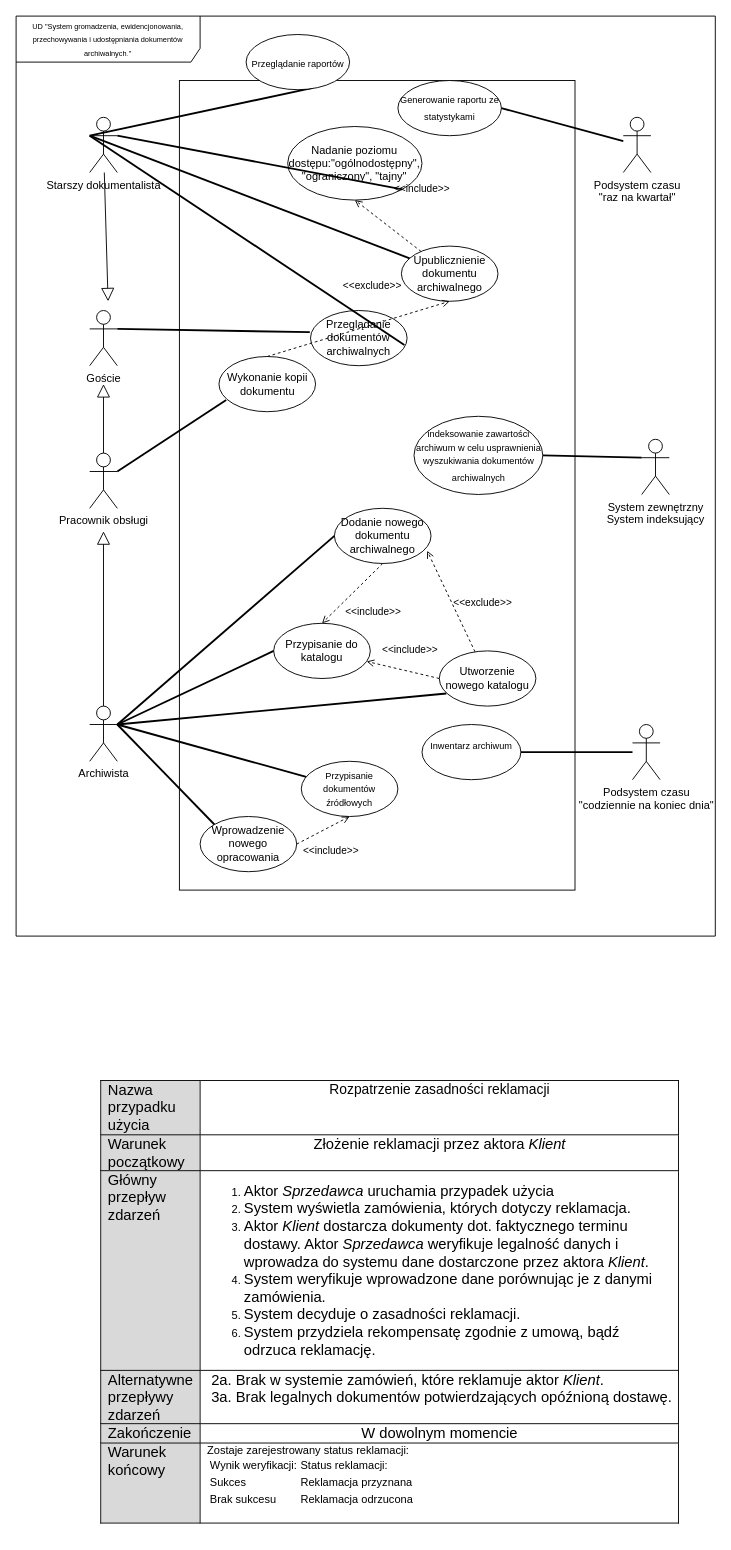
Earlier version of the draw.io diagram pri_diagram_uzycia_2024.drawio (mateusz-nowacki/uml-projects). Source tidied: cells renumbered, new cells numbered last; positions are measured from the earlier drawing's top-left corner, leaving out a move shared by most shapes. Both pictures are drawn from the tidied source at 92%, with x=0, y=0 at pixel (16, 16).
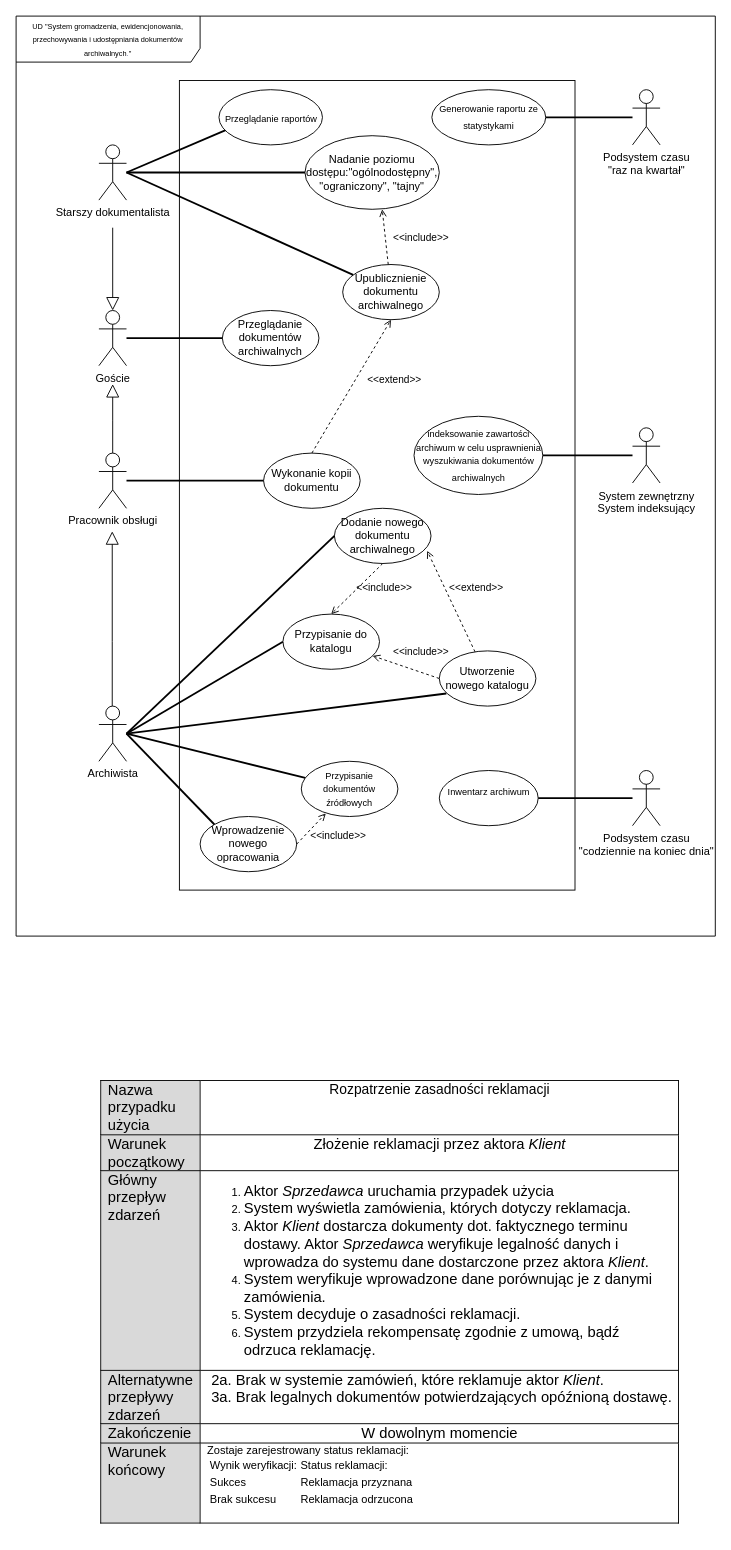
The same page after the edit.

Unchanged cells that the change refers to:
```xml
<mxCell id="2" value="&lt;font style=&quot;font-size: 8px;&quot;&gt;UD &quot;System&amp;nbsp;&lt;span style=&quot;caret-color: rgb(100, 108, 154); font-family: Poppins, sans-serif; background-color: rgb(255, 255, 255);&quot;&gt;gromadzenia, ewidencjonowania, przechowywania i udostępniania dokumentów archiwalnych&lt;/span&gt;&lt;span style=&quot;caret-color: rgb(100, 108, 154); color: rgb(100, 108, 154); font-family: Poppins, sans-serif; background-color: rgb(255, 255, 255);&quot;&gt;.&lt;/span&gt;&quot;&lt;/font&gt;" style="shape=umlFrame;whiteSpace=wrap;html=1;width=200;height=50;align=center;" parent="1" vertex="1">
  <mxGeometry width="760" height="1000" as="geometry" />
</mxCell>
<mxCell id="16" value="Utworzenie nowego katalogu" style="ellipse;whiteSpace=wrap;html=1;" parent="2" vertex="1">
  <mxGeometry x="460" y="690" width="105" height="60" as="geometry" />
</mxCell>
<mxCell id="19" value="Wprowadzenie nowego opracowania" style="ellipse;whiteSpace=wrap;html=1;" parent="2" vertex="1">
  <mxGeometry x="200" y="870" width="105" height="60" as="geometry" />
</mxCell>
<mxCell id="20" value="Dodanie nowego dokumentu archiwalnego" style="ellipse;whiteSpace=wrap;html=1;" parent="2" vertex="1">
  <mxGeometry x="346" y="535" width="105" height="60" as="geometry" />
</mxCell>
<mxCell id="21" value="&lt;span style=&quot;text-align: start;&quot;&gt;&lt;font style=&quot;font-size: 10px;&quot; face=&quot;Helvetica&quot;&gt;indeksowanie zawartości archiwum w celu usprawnienia wyszukiwania dokumentów archiwalnych&lt;/font&gt;&lt;/span&gt;&lt;span style=&quot;font-family: -webkit-standard; font-size: medium; text-align: start;&quot;&gt;&lt;/span&gt;" style="ellipse;whiteSpace=wrap;html=1;" parent="2" vertex="1">
  <mxGeometry x="432.5" y="435" width="140" height="85" as="geometry" />
</mxCell>
<mxCell id="23" value="&lt;font style=&quot;font-size: 10px;&quot;&gt;Przypisanie dokumentów źródłowych&lt;/font&gt;" style="ellipse;whiteSpace=wrap;html=1;" parent="2" vertex="1">
  <mxGeometry x="310" y="810" width="105" height="60" as="geometry" />
</mxCell>
```

What changed in the source:
```diff
@@
     <mxCell id="3" value="Starszy dokumentalista" style="shape=umlActor;verticalLabelPosition=bottom;verticalAlign=top;html=1;" parent="2" vertex="1">
-      <mxGeometry x="80" y="110" width="30" height="60" as="geometry" />
+      <mxGeometry x="90" y="140" width="30" height="60" as="geometry" />
     </mxCell>
     <mxCell id="4" value="Archiwista" style="shape=umlActor;verticalLabelPosition=bottom;verticalAlign=top;html=1;" parent="2" vertex="1">
-      <mxGeometry x="80" y="750" width="30" height="60" as="geometry" />
+      <mxGeometry x="90" y="750" width="30" height="60" as="geometry" />
     </mxCell>
     <mxCell id="5" value="System zewnętrzny&lt;br&gt;System indeksujący" style="shape=umlActor;verticalLabelPosition=bottom;verticalAlign=top;html=1;" parent="2" vertex="1">
-      <mxGeometry x="680" y="460" width="30" height="60" as="geometry" />
+      <mxGeometry x="670" y="447.5" width="30" height="60" as="geometry" />
     </mxCell>
     <mxCell id="6" value="&lt;font style=&quot;font-size: 12px;&quot;&gt;Podsystem&lt;font style=&quot;font-size: 12px;&quot;&gt; czasu&lt;/font&gt;&lt;/font&gt;&lt;div&gt;&lt;font style=&quot;font-size: 12px;&quot;&gt;&lt;font style=&quot;font-size: 12px;&quot;&gt;&quot;codziennie na koniec dnia&quot;&lt;/font&gt;&lt;/font&gt;&lt;/div&gt;" style="shape=umlActor;verticalLabelPosition=bottom;verticalAlign=top;html=1;" parent="2" vertex="1">
-      <mxGeometry x="670" y="770" width="30" height="60" as="geometry" />
+      <mxGeometry x="670" y="820" width="30" height="60" as="geometry" />
     </mxCell>
     <mxCell id="7" value="Pracownik obsługi" style="shape=umlActor;verticalLabelPosition=bottom;verticalAlign=top;html=1;" parent="2" vertex="1">
-      <mxGeometry x="80" y="475" width="30" height="60" as="geometry" />
+      <mxGeometry x="90" y="475" width="30" height="60" as="geometry" />
     </mxCell>
     <mxCell id="8" value="Goście" style="shape=umlActor;verticalLabelPosition=bottom;verticalAlign=top;html=1;" parent="2" vertex="1">
-      <mxGeometry x="80" y="320" width="30" height="60" as="geometry" />
+      <mxGeometry x="90" y="320" width="30" height="60" as="geometry" />
     </mxCell>
-    <mxCell id="9" style="endArrow=block;endFill=0;endSize=12;html=1;rounded=0;" parent="2" edge="1" source="4">
+    <mxCell id="9" style="endArrow=block;endFill=0;endSize=12;html=1;rounded=0;" parent="2" edge="1">
       <mxGeometry relative="1" as="geometry">
-        <mxPoint x="95" y="560" as="targetPoint" />
+        <mxPoint x="104.5" y="750" as="sourcePoint" />
+        <mxPoint x="104.5" y="560" as="targetPoint" />
+        <Array as="points">
+          <mxPoint x="104.5" y="680" />
+        </Array>
       </mxGeometry>
     </mxCell>
@@
     <mxCell id="11" value="&lt;font size=&quot;1&quot;&gt;Inwentarz archiwum&lt;/font&gt;&lt;br&gt;&lt;br&gt;&lt;span style=&quot;font-family: -webkit-standard; font-size: medium; text-align: start;&quot;&gt;&lt;/span&gt;" style="ellipse;whiteSpace=wrap;html=1;" parent="2" vertex="1">
-      <mxGeometry x="441.2" y="770" width="107.5" height="60" as="geometry" />
+      <mxGeometry x="460" y="820" width="107.5" height="60" as="geometry" />
     </mxCell>
@@
     <mxCell id="13" value="Przypisanie do katalogu" style="ellipse;whiteSpace=wrap;html=1;" parent="2" vertex="1">
-      <mxGeometry x="280" y="660" width="105" height="60" as="geometry" />
+      <mxGeometry x="290" y="650" width="105" height="60" as="geometry" />
     </mxCell>
     <mxCell id="14" value="Wykonanie kopii dokumentu" style="ellipse;whiteSpace=wrap;html=1;" parent="2" vertex="1">
-      <mxGeometry x="220.5" y="370" width="105" height="60" as="geometry" />
+      <mxGeometry x="269" y="475" width="105" height="60" as="geometry" />
     </mxCell>
     <mxCell id="15" value="Upublicznienie dokumentu archiwalnego" style="ellipse;whiteSpace=wrap;html=1;" parent="2" vertex="1">
-      <mxGeometry x="418.8" y="250" width="105" height="60" as="geometry" />
+      <mxGeometry x="355" y="270" width="105" height="60" as="geometry" />
     </mxCell>
@@
     <mxCell id="17" style="endArrow=none;startArrow=none;endFill=0;startFill=0;endSize=8;html=1;verticalAlign=bottom;labelBackgroundColor=none;strokeWidth=2;rounded=0;entryX=0.073;entryY=0.772;entryDx=0;entryDy=0;entryPerimeter=0;" parent="2" edge="1" target="16">
       <mxGeometry relative="1" as="geometry">
-        <mxPoint x="110" y="770" as="sourcePoint" />
+        <mxPoint x="120" y="780" as="sourcePoint" />
       </mxGeometry>
     </mxCell>
     <mxCell id="18" value="Nadanie poziomu dostępu:&quot;ogólnodostępny&quot;, &quot;ograniczony&quot;, &quot;tajny&quot;" style="ellipse;whiteSpace=wrap;html=1;" parent="2" vertex="1">
-      <mxGeometry x="295.2" y="120" width="146" height="80" as="geometry" />
+      <mxGeometry x="314" y="130" width="146" height="80" as="geometry" />
     </mxCell>
@@
-    <mxCell id="22" style="endArrow=none;startArrow=none;endFill=0;startFill=0;endSize=8;html=1;verticalAlign=bottom;labelBackgroundColor=none;strokeWidth=2;rounded=0;entryX=0;entryY=0.3333333333333333;entryDx=0;entryDy=0;entryPerimeter=0;exitX=1;exitY=0.5;exitDx=0;exitDy=0;" parent="2" edge="1" source="21" target="5">
+    <mxCell id="22" style="endArrow=none;startArrow=none;endFill=0;startFill=0;endSize=8;html=1;verticalAlign=bottom;labelBackgroundColor=none;strokeWidth=2;rounded=0;exitX=1;exitY=0.5;exitDx=0;exitDy=0;" parent="2" edge="1" source="21" target="5">
       <mxGeometry relative="1" as="geometry" />
     </mxCell>
@@
-    <mxCell id="24" style="endArrow=none;startArrow=none;endFill=0;startFill=0;endSize=8;html=1;verticalAlign=bottom;labelBackgroundColor=none;strokeWidth=2;rounded=0;exitX=1;exitY=0.3333333333333333;exitDx=0;exitDy=0;exitPerimeter=0;entryX=0;entryY=0;entryDx=0;entryDy=0;" parent="2" edge="1" source="4" target="19">
-      <mxGeometry relative="1" as="geometry" />
+    <mxCell id="24" style="endArrow=none;startArrow=none;endFill=0;startFill=0;endSize=8;html=1;verticalAlign=bottom;labelBackgroundColor=none;strokeWidth=2;rounded=0;entryX=0;entryY=0;entryDx=0;entryDy=0;" parent="2" edge="1" target="19">
+      <mxGeometry relative="1" as="geometry">
+        <mxPoint x="120" y="780" as="sourcePoint" />
+      </mxGeometry>
     </mxCell>
-    <mxCell id="25" style="endArrow=none;startArrow=none;endFill=0;startFill=0;endSize=8;html=1;verticalAlign=bottom;labelBackgroundColor=none;strokeWidth=2;rounded=0;entryX=0.645;entryY=0.966;entryDx=0;entryDy=0;entryPerimeter=0;exitX=0;exitY=0.3333333333333333;exitDx=0;exitDy=0;exitPerimeter=0;" parent="2" edge="1" source="3" target="41">
-      <mxGeometry relative="1" as="geometry" />
+    <mxCell id="25" style="endArrow=none;startArrow=none;endFill=0;startFill=0;endSize=8;html=1;verticalAlign=bottom;labelBackgroundColor=none;strokeWidth=2;rounded=0;entryX=0.071;entryY=0.728;entryDx=0;entryDy=0;entryPerimeter=0;" parent="2" edge="1" target="41">
+      <mxGeometry relative="1" as="geometry">
+        <mxPoint x="120" y="170" as="sourcePoint" />
+      </mxGeometry>
     </mxCell>
-    <mxCell id="26" style="endArrow=none;startArrow=none;endFill=0;startFill=0;endSize=8;html=1;verticalAlign=bottom;labelBackgroundColor=none;strokeWidth=2;rounded=0;entryX=0;entryY=0.5;entryDx=0;entryDy=0;exitX=1;exitY=0.3333333333333333;exitDx=0;exitDy=0;exitPerimeter=0;" parent="2" edge="1" source="4" target="20">
-      <mxGeometry relative="1" as="geometry" />
+    <mxCell id="26" style="endArrow=none;startArrow=none;endFill=0;startFill=0;endSize=8;html=1;verticalAlign=bottom;labelBackgroundColor=none;strokeWidth=2;rounded=0;entryX=0;entryY=0.5;entryDx=0;entryDy=0;" parent="2" edge="1" target="20">
+      <mxGeometry relative="1" as="geometry">
+        <mxPoint x="120" y="780" as="sourcePoint" />
+      </mxGeometry>
     </mxCell>
-    <mxCell id="27" style="endArrow=none;startArrow=none;endFill=0;startFill=0;endSize=8;html=1;verticalAlign=bottom;labelBackgroundColor=none;strokeWidth=2;rounded=0;exitX=0;exitY=0.3333333333333333;exitDx=0;exitDy=0;exitPerimeter=0;" parent="2" edge="1" source="3" target="15">
-      <mxGeometry relative="1" as="geometry" />
+    <mxCell id="27" style="endArrow=none;startArrow=none;endFill=0;startFill=0;endSize=8;html=1;verticalAlign=bottom;labelBackgroundColor=none;strokeWidth=2;rounded=0;" parent="2" edge="1" target="15">
+      <mxGeometry relative="1" as="geometry">
+        <mxPoint x="120" y="170" as="sourcePoint" />
+      </mxGeometry>
     </mxCell>
-    <mxCell id="28" style="endArrow=none;startArrow=none;endFill=0;startFill=0;endSize=8;html=1;verticalAlign=bottom;labelBackgroundColor=none;strokeWidth=2;rounded=0;entryX=0.075;entryY=0.789;entryDx=0;entryDy=0;exitX=1;exitY=0.3333333333333333;exitDx=0;exitDy=0;exitPerimeter=0;entryPerimeter=0;" parent="2" edge="1" source="7" target="14">
+    <mxCell id="28" style="endArrow=none;startArrow=none;endFill=0;startFill=0;endSize=8;html=1;verticalAlign=bottom;labelBackgroundColor=none;strokeWidth=2;rounded=0;entryX=0;entryY=0.5;entryDx=0;entryDy=0;" parent="2" edge="1" source="7" target="14">
       <mxGeometry relative="1" as="geometry" />
     </mxCell>
-    <mxCell id="29" value="&amp;lt;&amp;lt;include&amp;gt;&amp;gt;" style="html=1;verticalAlign=bottom;labelBackgroundColor=none;endArrow=open;endFill=0;dashed=1;rounded=0;exitX=1;exitY=0.5;exitDx=0;exitDy=0;entryX=0.5;entryY=1;entryDx=0;entryDy=0;" parent="2" edge="1" source="19" target="23">
-      <mxGeometry x="-0.21" y="-31" relative="1" as="geometry">
-        <mxPoint y="1" as="offset" />
-      </mxGeometry>
+    <mxCell id="29" value="&amp;lt;&amp;lt;include&amp;gt;&amp;gt;" style="html=1;verticalAlign=bottom;labelBackgroundColor=none;endArrow=open;endFill=0;dashed=1;rounded=0;exitX=1;exitY=0.5;exitDx=0;exitDy=0;entryX=0.254;entryY=0.944;entryDx=0;entryDy=0;entryPerimeter=0;" parent="2" edge="1" source="19" target="23">
+      <mxGeometry x="0.35" y="-33" relative="1" as="geometry" />
     </mxCell>
-    <mxCell id="30" style="endArrow=none;startArrow=none;endFill=0;startFill=0;endSize=8;html=1;verticalAlign=bottom;labelBackgroundColor=none;strokeWidth=2;rounded=0;entryX=1;entryY=0.3333333333333333;entryDx=0;entryDy=0;entryPerimeter=0;exitX=0;exitY=0.5;exitDx=0;exitDy=0;" parent="2" edge="1" source="13" target="4">
-      <mxGeometry relative="1" as="geometry" />
+    <mxCell id="30" style="endArrow=none;startArrow=none;endFill=0;startFill=0;endSize=8;html=1;verticalAlign=bottom;labelBackgroundColor=none;strokeWidth=2;rounded=0;exitX=0;exitY=0.5;exitDx=0;exitDy=0;" parent="2" edge="1" source="13">
+      <mxGeometry relative="1" as="geometry">
+        <mxPoint x="120" y="780" as="targetPoint" />
+      </mxGeometry>
     </mxCell>
     <mxCell id="31" value="&amp;lt;&amp;lt;include&amp;gt;&amp;gt;" style="html=1;verticalAlign=bottom;labelBackgroundColor=none;endArrow=open;endFill=0;dashed=1;rounded=0;entryX=0.5;entryY=0;entryDx=0;entryDy=0;exitX=0.5;exitY=1;exitDx=0;exitDy=0;" parent="2" edge="1" source="20" target="13">
-      <mxGeometry x="0.08" y="36" relative="1" as="geometry">
-        <mxPoint y="1" as="offset" />
-      </mxGeometry>
+      <mxGeometry x="-0.4" y="26" relative="1" as="geometry" />
     </mxCell>
@@
     <mxCell id="33" value="&lt;font style=&quot;font-size: 12px;&quot;&gt;Podsystem&lt;font style=&quot;font-size: 12px;&quot;&gt; czasu&lt;/font&gt;&lt;/font&gt;&lt;div&gt;&lt;font style=&quot;font-size: 12px;&quot;&gt;&lt;font style=&quot;font-size: 12px;&quot;&gt;&quot;raz na kwartał&quot;&lt;/font&gt;&lt;/font&gt;&lt;/div&gt;" style="shape=umlActor;verticalLabelPosition=bottom;verticalAlign=top;html=1;" parent="2" vertex="1">
-      <mxGeometry x="660" y="110" width="30" height="60" as="geometry" />
+      <mxGeometry x="670" y="80" width="30" height="60" as="geometry" />
     </mxCell>
     <mxCell id="34" value="&lt;font size=&quot;1&quot;&gt;Generowanie raportu ze statystykami&lt;/font&gt;&lt;span style=&quot;font-family: -webkit-standard; font-size: medium; text-align: start;&quot;&gt;&lt;/span&gt;" style="ellipse;whiteSpace=wrap;html=1;" parent="2" vertex="1">
-      <mxGeometry x="415" y="70" width="112.5" height="60" as="geometry" />
+      <mxGeometry x="451.9" y="80" width="123.8" height="60" as="geometry" />
     </mxCell>
@@
     <mxCell id="36" value="&amp;lt;&amp;lt;include&amp;gt;&amp;gt;" style="html=1;verticalAlign=bottom;labelBackgroundColor=none;endArrow=open;endFill=0;dashed=1;rounded=0;exitX=0;exitY=0.5;exitDx=0;exitDy=0;" parent="2" edge="1" source="16" target="13">
-      <mxGeometry x="-0.12" y="-14" relative="1" as="geometry" />
+      <mxGeometry x="-0.34" y="-12" relative="1" as="geometry">
+        <mxPoint y="-1" as="offset" />
+      </mxGeometry>
     </mxCell>
-    <mxCell id="37" value="&amp;lt;&amp;lt;exclude&amp;gt;&amp;gt;" style="html=1;verticalAlign=bottom;labelBackgroundColor=none;endArrow=open;endFill=0;dashed=1;rounded=0;entryX=0.96;entryY=0.77;entryDx=0;entryDy=0;entryPerimeter=0;" parent="2" edge="1" source="16" target="20">
-      <mxGeometry x="-0.4" y="-26" relative="1" as="geometry" />
+    <mxCell id="37" value="&amp;lt;&amp;lt;extend&amp;gt;&amp;gt;" style="html=1;verticalAlign=bottom;labelBackgroundColor=none;endArrow=open;endFill=0;dashed=1;rounded=0;entryX=0.96;entryY=0.77;entryDx=0;entryDy=0;entryPerimeter=0;" parent="2" edge="1" source="16" target="20">
+      <mxGeometry x="-0.1" y="-27" relative="1" as="geometry" />
     </mxCell>
-    <mxCell id="38" style="endArrow=none;startArrow=none;endFill=0;startFill=0;endSize=8;html=1;verticalAlign=bottom;labelBackgroundColor=none;strokeWidth=2;rounded=0;entryX=1;entryY=1;entryDx=0;entryDy=0;exitX=1;exitY=0.3333333333333333;exitDx=0;exitDy=0;exitPerimeter=0;" parent="2" edge="1" source="3" target="18">
+    <mxCell id="38" style="endArrow=none;startArrow=none;endFill=0;startFill=0;endSize=8;html=1;verticalAlign=bottom;labelBackgroundColor=none;strokeWidth=2;rounded=0;entryX=0;entryY=0.5;entryDx=0;entryDy=0;" parent="2" edge="1" source="3" target="18">
       <mxGeometry relative="1" as="geometry" />
     </mxCell>
-    <mxCell id="39" value="&amp;lt;&amp;lt;include&amp;gt;&amp;gt;" style="html=1;verticalAlign=bottom;labelBackgroundColor=none;endArrow=open;endFill=0;dashed=1;rounded=0;entryX=0.5;entryY=1;entryDx=0;entryDy=0;" parent="2" edge="1" source="15" target="18">
-      <mxGeometry x="-0.2" y="-47" relative="1" as="geometry" />
+    <mxCell id="39" value="&amp;lt;&amp;lt;include&amp;gt;&amp;gt;" style="html=1;verticalAlign=bottom;labelBackgroundColor=none;endArrow=open;endFill=0;dashed=1;rounded=0;entryX=0.575;entryY=1;entryDx=0;entryDy=0;entryPerimeter=0;" parent="2" edge="1" source="15" target="18">
+      <mxGeometry x="-0.47" y="-37" relative="1" as="geometry" />
     </mxCell>
     <mxCell id="40" style="endArrow=none;startArrow=none;endFill=0;startFill=0;endSize=8;html=1;verticalAlign=bottom;labelBackgroundColor=none;strokeWidth=2;rounded=0;" parent="2" edge="1" target="23">
       <mxGeometry relative="1" as="geometry">
-        <mxPoint x="110" y="770" as="sourcePoint" />
+        <mxPoint x="120" y="780" as="sourcePoint" />
       </mxGeometry>
     </mxCell>
     <mxCell id="41" value="&lt;font size=&quot;1&quot;&gt;Przeglądanie raportów&lt;/font&gt;&lt;span style=&quot;font-family: -webkit-standard; font-size: medium; text-align: start;&quot;&gt;&lt;/span&gt;" style="ellipse;whiteSpace=wrap;html=1;" parent="2" vertex="1">
-      <mxGeometry x="250" y="20" width="112.5" height="60" as="geometry" />
+      <mxGeometry x="220.5" y="80" width="112.5" height="60" as="geometry" />
     </mxCell>
-    <mxCell id="42" style="endArrow=block;endFill=0;endSize=12;html=1;rounded=0;" parent="2" edge="1" source="7">
+    <mxCell id="42" style="endArrow=block;endFill=0;endSize=12;html=1;rounded=0;exitX=0.5;exitY=0;exitDx=0;exitDy=0;exitPerimeter=0;" parent="2" edge="1" source="7">
       <mxGeometry relative="1" as="geometry">
-        <mxPoint x="95" y="400" as="targetPoint" />
+        <mxPoint x="105" y="400" as="targetPoint" />
+        <Array as="points">
+          <mxPoint x="105" y="440" />
+        </Array>
       </mxGeometry>
     </mxCell>
     <mxCell id="43" value="Przeglądanie dokumentów archiwalnych" style="ellipse;whiteSpace=wrap;html=1;" parent="2" vertex="1">
-      <mxGeometry x="320" y="320" width="105" height="60" as="geometry" />
+      <mxGeometry x="224.2" y="320" width="105" height="60" as="geometry" />
     </mxCell>
-    <mxCell id="44" style="endArrow=none;startArrow=none;endFill=0;startFill=0;endSize=8;html=1;verticalAlign=bottom;labelBackgroundColor=none;strokeWidth=2;rounded=0;entryX=-0.007;entryY=0.393;entryDx=0;entryDy=0;exitX=1;exitY=0.3333333333333333;exitDx=0;exitDy=0;exitPerimeter=0;entryPerimeter=0;" parent="2" edge="1" source="8" target="43">
-      <mxGeometry relative="1" as="geometry" />
+    <mxCell id="44" style="endArrow=none;startArrow=none;endFill=0;startFill=0;endSize=8;html=1;verticalAlign=bottom;labelBackgroundColor=none;strokeWidth=2;rounded=0;entryX=0;entryY=0.5;entryDx=0;entryDy=0;" parent="2" edge="1" target="43">
+      <mxGeometry relative="1" as="geometry">
+        <mxPoint x="120" y="350" as="sourcePoint" />
+      </mxGeometry>
     </mxCell>
-    <mxCell id="45" value="&amp;lt;&amp;lt;exclude&amp;gt;&amp;gt;" style="html=1;verticalAlign=bottom;labelBackgroundColor=none;endArrow=open;endFill=0;dashed=1;rounded=0;entryX=0.5;entryY=1;entryDx=0;entryDy=0;exitX=0.5;exitY=0;exitDx=0;exitDy=0;" parent="2" edge="1" source="14" target="15">
-      <mxGeometry x="0.25" y="33" relative="1" as="geometry">
-        <mxPoint y="1" as="offset" />
-      </mxGeometry>
+    <mxCell id="45" value="&amp;lt;&amp;lt;extend&amp;gt;&amp;gt;" style="html=1;verticalAlign=bottom;labelBackgroundColor=none;endArrow=open;endFill=0;dashed=1;rounded=0;entryX=0.5;entryY=1;entryDx=0;entryDy=0;exitX=0.5;exitY=0;exitDx=0;exitDy=0;" parent="2" edge="1" source="14" target="15">
+      <mxGeometry x="0.27" y="-41" relative="1" as="geometry" />
     </mxCell>
-    <mxCell id="46" style="endArrow=none;startArrow=none;endFill=0;startFill=0;endSize=8;html=1;verticalAlign=bottom;labelBackgroundColor=none;strokeWidth=2;rounded=0;entryX=0.972;entryY=0.625;entryDx=0;entryDy=0;entryPerimeter=0;exitX=0;exitY=0.3333333333333333;exitDx=0;exitDy=0;exitPerimeter=0;" parent="2" edge="1" source="3" target="43">
-      <mxGeometry relative="1" as="geometry" />
-    </mxCell>
+    <mxCell id="48" style="endArrow=block;endFill=0;endSize=12;html=1;rounded=0;entryX=0.5;entryY=0;entryDx=0;entryDy=0;entryPerimeter=0;" parent="2" edge="1" target="8">
+      <mxGeometry relative="1" as="geometry">
+        <mxPoint x="105" y="230" as="sourcePoint" />
+      </mxGeometry>
+    </mxCell>
@@
-    <mxCell id="48" style="endArrow=block;endFill=0;endSize=12;html=1;rounded=0;" parent="1" edge="1" source="3">
-      <mxGeometry relative="1" as="geometry">
-        <mxPoint x="100" y="310" as="targetPoint" />
-      </mxGeometry>
-    </mxCell>
```
